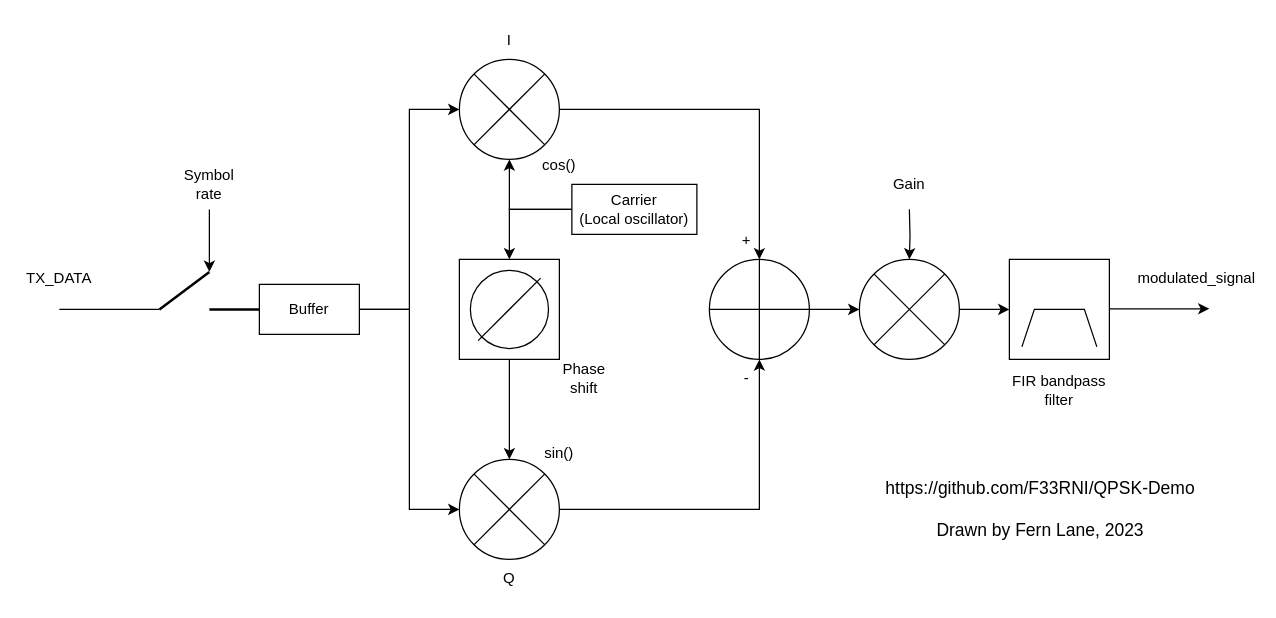
Above: drawio/QPSK-Demo modulator.drawio in F33RNI/QPSK-Demo (draw.io), before the change. Source tidied: cells renumbered, new cells numbered last; positions are measured from the earlier drawing's top-left corner, leaving out a move shared by most shapes. Both pictures are drawn from the tidied source at 125%, with x=0, y=0 at pixel (21, 21).
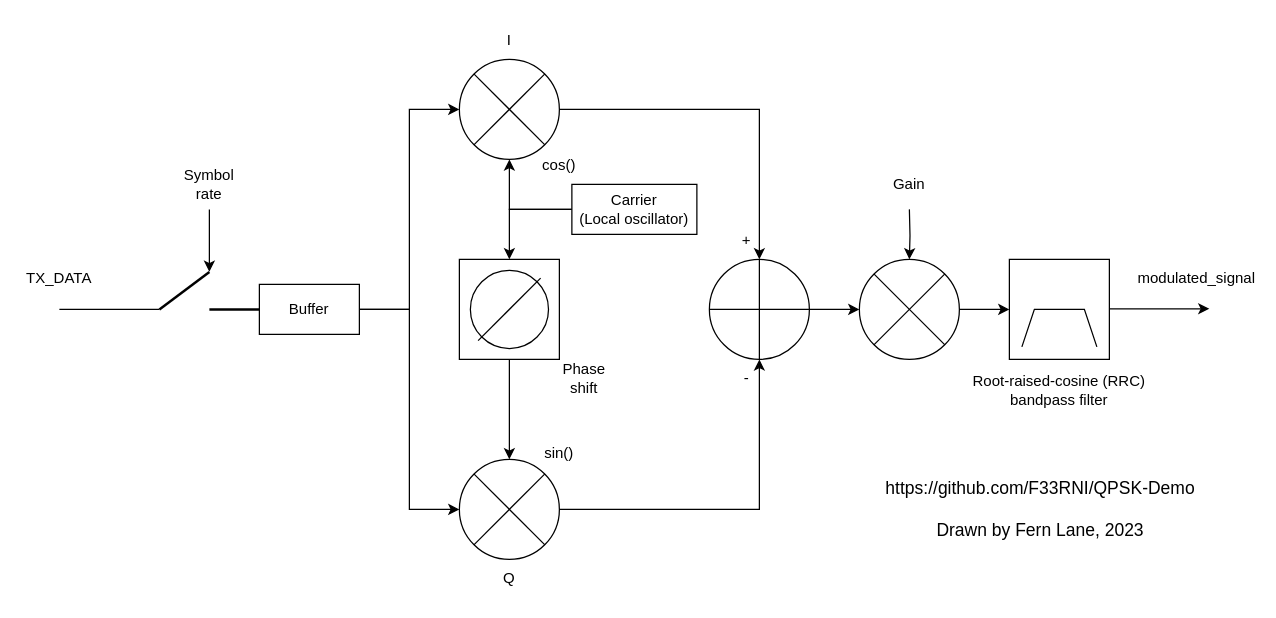
Above is the later version.

Commit message (it also covers changes not shown here):
Replace FIR filter with RRC

What changed in the source:
```diff
@@
-    <mxCell id="37" value="FIR bandpass filter" style="text;html=1;strokeColor=none;fillColor=none;align=center;verticalAlign=middle;whiteSpace=wrap;rounded=0;" parent="1" vertex="1">
-      <mxGeometry x="780" y="280" width="100" height="30" as="geometry" />
+    <mxCell id="37" value="Root-raised-cosine (RRC) bandpass filter" style="text;html=1;strokeColor=none;fillColor=none;align=center;verticalAlign=middle;whiteSpace=wrap;rounded=0;" parent="1" vertex="1">
+      <mxGeometry x="755" y="280" width="150" height="30" as="geometry" />
     </mxCell>
```
